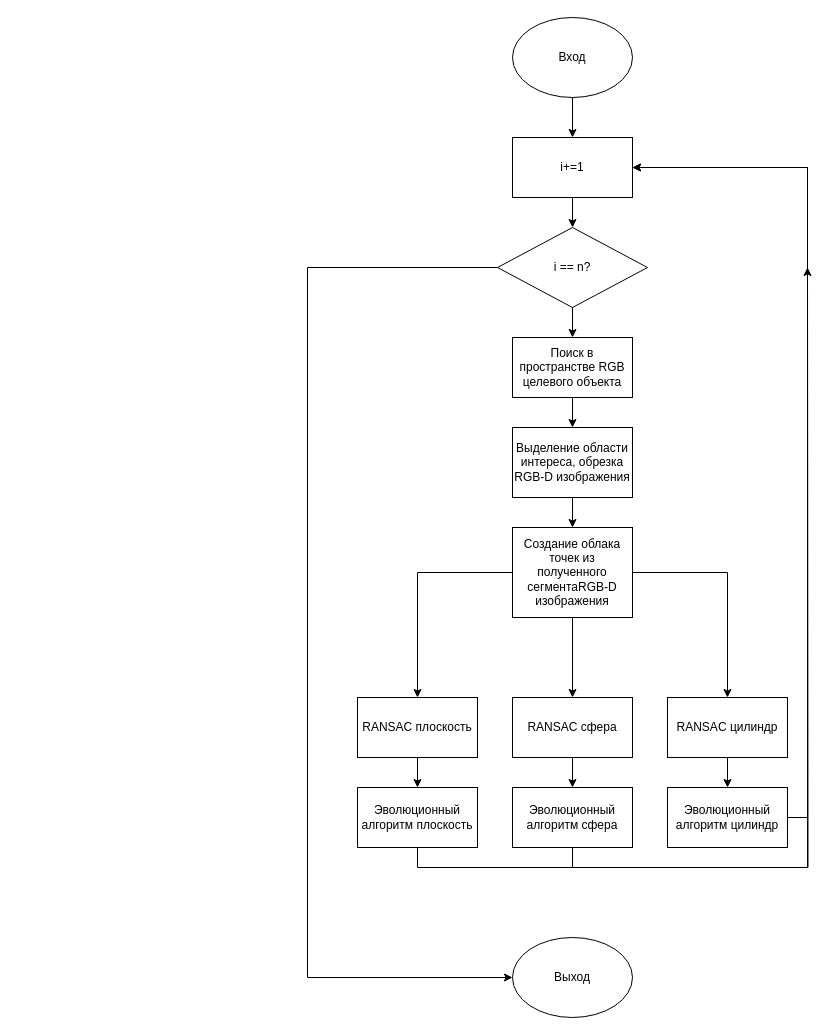
Earlier version of the draw.io diagram science/genetic_ransac (1).drawio (OPyshkin/genetic_algorithm_practice). Source tidied: cells renumbered, new cells numbered last; positions are measured from the earlier drawing's top-left corner, leaving out a move shared by most shapes. Both pictures are drawn from the tidied source at 100%, with x=0, y=0 at pixel (307, 17).
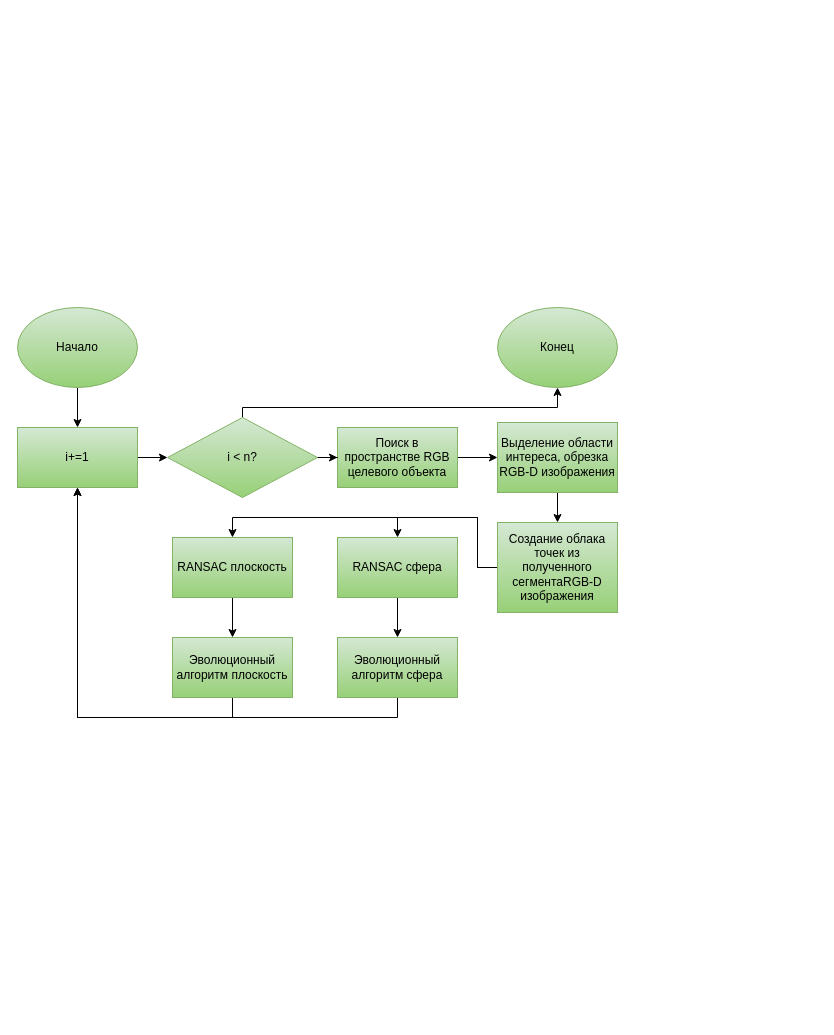
The same page after the edit.

What changed in the source:
```diff
@@
-    <mxCell id="2" style="edgeStyle=orthogonalEdgeStyle;rounded=0;jettySize=auto;html=1;exitX=0.5;exitY=1;exitDx=0;exitDy=0;entryX=0.5;entryY=0;entryDx=0;entryDy=0;" parent="1" edge="1" source="5" target="15">
+    <mxCell id="2" style="edgeStyle=orthogonalEdgeStyle;rounded=0;jettySize=auto;html=1;exitX=0;exitY=0.5;exitDx=0;exitDy=0;entryX=0.5;entryY=0;entryDx=0;entryDy=0;" parent="1" edge="1" source="5" target="15">
       <mxGeometry relative="1" as="geometry" />
     </mxCell>
     <mxCell id="3" style="edgeStyle=orthogonalEdgeStyle;rounded=0;jettySize=auto;html=1;exitX=0;exitY=0.5;exitDx=0;exitDy=0;entryX=0.5;entryY=0;entryDx=0;entryDy=0;" parent="1" edge="1" source="5" target="13">
-      <mxGeometry relative="1" as="geometry" />
+      <mxGeometry relative="1" as="geometry">
+        <Array as="points">
+          <mxPoint x="170" y="550" />
+          <mxPoint x="170" y="500" />
+          <mxPoint x="-75" y="500" />
+        </Array>
+      </mxGeometry>
     </mxCell>
-    <mxCell id="4" style="edgeStyle=orthogonalEdgeStyle;rounded=0;jettySize=auto;html=1;exitX=1;exitY=0.5;exitDx=0;exitDy=0;entryX=0.5;entryY=0;entryDx=0;entryDy=0;" parent="1" edge="1" source="5" target="17">
-      <mxGeometry relative="1" as="geometry" />
-    </mxCell>
-    <mxCell id="5" value="Создание облака точек из полученного сегментаRGB-D изображения" style="rounded=0;whiteSpace=wrap;html=1;" parent="1" vertex="1">
-      <mxGeometry x="205" y="510" width="120" height="90" as="geometry" />
+    <mxCell id="5" value="Создание облака точек из полученного сегментаRGB-D изображения" style="rounded=0;whiteSpace=wrap;html=1;gradientColor=#97d077;fillColor=#d5e8d4;strokeColor=#82b366;" parent="1" vertex="1">
+      <mxGeometry x="190" y="505" width="120" height="90" as="geometry" />
     </mxCell>
@@
-    <mxCell id="7" value="Вход" style="ellipse;whiteSpace=wrap;html=1;" parent="1" vertex="1">
-      <mxGeometry x="205" width="120" height="80" as="geometry" />
+    <mxCell id="7" value="Начало" style="ellipse;whiteSpace=wrap;html=1;gradientColor=#97d077;fillColor=#d5e8d4;strokeColor=#82b366;" parent="1" vertex="1">
+      <mxGeometry x="-290" y="290" width="120" height="80" as="geometry" />
     </mxCell>
-    <mxCell id="8" style="edgeStyle=orthogonalEdgeStyle;rounded=0;jettySize=auto;html=1;exitX=0.5;exitY=1;exitDx=0;exitDy=0;entryX=0.5;entryY=0;entryDx=0;entryDy=0;" parent="1" edge="1" source="9" target="11">
+    <mxCell id="8" style="edgeStyle=orthogonalEdgeStyle;rounded=0;jettySize=auto;html=1;exitX=1;exitY=0.5;exitDx=0;exitDy=0;entryX=0;entryY=0.5;entryDx=0;entryDy=0;" parent="1" edge="1" source="9" target="11">
       <mxGeometry relative="1" as="geometry" />
     </mxCell>
-    <mxCell id="9" value="Поиск в пространстве RGB целевого объекта" style="rounded=0;whiteSpace=wrap;html=1;" parent="1" vertex="1">
-      <mxGeometry x="205" y="320" width="120" height="60" as="geometry" />
+    <mxCell id="9" value="Поиск в пространстве RGB целевого объекта" style="rounded=0;whiteSpace=wrap;html=1;gradientColor=#97d077;fillColor=#d5e8d4;strokeColor=#82b366;" parent="1" vertex="1">
+      <mxGeometry x="30" y="410" width="120" height="60" as="geometry" />
     </mxCell>
@@
-    <mxCell id="11" value="Выделение области интереса, обрезка RGB-D изображения" style="rounded=0;whiteSpace=wrap;html=1;" parent="1" vertex="1">
-      <mxGeometry x="205" y="410" width="120" height="70" as="geometry" />
+    <mxCell id="11" value="Выделение области интереса, обрезка RGB-D изображения" style="rounded=0;whiteSpace=wrap;html=1;gradientColor=#97d077;fillColor=#d5e8d4;strokeColor=#82b366;" parent="1" vertex="1">
+      <mxGeometry x="190" y="405" width="120" height="70" as="geometry" />
     </mxCell>
@@
-    <mxCell id="13" value="RANSAC плоскость" style="rounded=0;whiteSpace=wrap;html=1;" parent="1" vertex="1">
-      <mxGeometry x="50" y="680" width="120" height="60" as="geometry" />
+    <mxCell id="13" value="RANSAC плоскость" style="rounded=0;whiteSpace=wrap;html=1;gradientColor=#97d077;fillColor=#d5e8d4;strokeColor=#82b366;" parent="1" vertex="1">
+      <mxGeometry x="-135" y="520" width="120" height="60" as="geometry" />
     </mxCell>
@@
-    <mxCell id="15" value="RANSAC сфера" style="rounded=0;whiteSpace=wrap;html=1;" parent="1" vertex="1">
-      <mxGeometry x="205" y="680" width="120" height="60" as="geometry" />
+    <mxCell id="15" value="RANSAC сфера" style="rounded=0;whiteSpace=wrap;html=1;gradientColor=#97d077;fillColor=#d5e8d4;strokeColor=#82b366;" parent="1" vertex="1">
+      <mxGeometry x="30" y="520" width="120" height="60" as="geometry" />
     </mxCell>
-    <mxCell id="16" style="edgeStyle=orthogonalEdgeStyle;rounded=0;jettySize=auto;html=1;exitX=0.5;exitY=1;exitDx=0;exitDy=0;entryX=0.5;entryY=0;entryDx=0;entryDy=0;" parent="1" edge="1" source="17" target="23">
-      <mxGeometry relative="1" as="geometry" />
-    </mxCell>
-    <mxCell id="17" value="RANSAC цилиндр" style="rounded=0;whiteSpace=wrap;html=1;" parent="1" vertex="1">
-      <mxGeometry x="360" y="680" width="120" height="60" as="geometry" />
-    </mxCell>
-    <mxCell id="18" style="edgeStyle=orthogonalEdgeStyle;rounded=0;jettySize=auto;html=1;exitX=0.5;exitY=1;exitDx=0;exitDy=0;" parent="1" edge="1" source="19">
-      <mxGeometry relative="1" as="geometry">
-        <mxPoint x="500" y="250" as="targetPoint" />
-      </mxGeometry>
-    </mxCell>
+    <mxCell id="30" style="edgeStyle=orthogonalEdgeStyle;rounded=0;jettySize=auto;html=1;exitX=0.5;exitY=1;exitDx=0;exitDy=0;entryX=0.5;entryY=1;entryDx=0;entryDy=0;" parent="1" edge="1" source="19" target="25">
+      <mxGeometry relative="1" as="geometry" />
+    </mxCell>
-    <mxCell id="19" value="Эволюционный алгоритм плоскость" style="rounded=0;whiteSpace=wrap;html=1;" parent="1" vertex="1">
-      <mxGeometry x="50" y="770" width="120" height="60" as="geometry" />
+    <mxCell id="19" value="Эволюционный алгоритм плоскость" style="rounded=0;whiteSpace=wrap;html=1;gradientColor=#97d077;fillColor=#d5e8d4;strokeColor=#82b366;" parent="1" vertex="1">
+      <mxGeometry x="-135" y="620" width="120" height="60" as="geometry" />
     </mxCell>
-    <mxCell id="20" style="edgeStyle=orthogonalEdgeStyle;rounded=0;jettySize=auto;html=1;exitX=0.5;exitY=1;exitDx=0;exitDy=0;entryX=1;entryY=0.5;entryDx=0;entryDy=0;" parent="1" edge="1" source="21" target="25">
-      <mxGeometry relative="1" as="geometry">
-        <Array as="points">
-          <mxPoint x="265" y="850" />
-          <mxPoint x="500" y="850" />
-          <mxPoint x="500" y="150" />
-        </Array>
-      </mxGeometry>
+    <mxCell id="20" style="edgeStyle=orthogonalEdgeStyle;rounded=0;jettySize=auto;html=1;exitX=0.5;exitY=1;exitDx=0;exitDy=0;entryX=0.5;entryY=1;entryDx=0;entryDy=0;" parent="1" edge="1" source="21" target="25">
+      <mxGeometry relative="1" as="geometry" />
     </mxCell>
-    <mxCell id="21" value="Эволюционный алгоритм сфера" style="rounded=0;whiteSpace=wrap;html=1;" parent="1" vertex="1">
-      <mxGeometry x="205" y="770" width="120" height="60" as="geometry" />
+    <mxCell id="21" value="Эволюционный алгоритм сфера" style="rounded=0;whiteSpace=wrap;html=1;gradientColor=#97d077;fillColor=#d5e8d4;strokeColor=#82b366;" parent="1" vertex="1">
+      <mxGeometry x="30" y="620" width="120" height="60" as="geometry" />
     </mxCell>
-    <mxCell id="22" style="edgeStyle=orthogonalEdgeStyle;rounded=0;jettySize=auto;html=1;exitX=1;exitY=0.5;exitDx=0;exitDy=0;entryX=1;entryY=0.5;entryDx=0;entryDy=0;" parent="1" edge="1" source="23" target="25">
-      <mxGeometry relative="1" as="geometry" />
-    </mxCell>
-    <mxCell id="23" value="Эволюционный алгоритм цилиндр" style="rounded=0;whiteSpace=wrap;html=1;" parent="1" vertex="1">
-      <mxGeometry x="360" y="770" width="120" height="60" as="geometry" />
-    </mxCell>
-    <mxCell id="24" style="edgeStyle=orthogonalEdgeStyle;rounded=0;jettySize=auto;html=1;exitX=0.5;exitY=1;exitDx=0;exitDy=0;entryX=0.5;entryY=0;entryDx=0;entryDy=0;" parent="1" edge="1" source="25" target="28">
+    <mxCell id="24" style="edgeStyle=orthogonalEdgeStyle;rounded=0;jettySize=auto;html=1;exitX=1;exitY=0.5;exitDx=0;exitDy=0;entryX=0;entryY=0.5;entryDx=0;entryDy=0;" parent="1" edge="1" source="25" target="28">
       <mxGeometry relative="1" as="geometry" />
     </mxCell>
-    <mxCell id="25" value="i+=1" style="rounded=0;whiteSpace=wrap;html=1;fillColor=#ffffff;" parent="1" vertex="1">
-      <mxGeometry x="205" y="120" width="120" height="60" as="geometry" />
+    <mxCell id="25" value="i+=1" style="rounded=0;whiteSpace=wrap;html=1;fillColor=#d5e8d4;gradientColor=#97d077;strokeColor=#82b366;" parent="1" vertex="1">
+      <mxGeometry x="-290" y="410" width="120" height="60" as="geometry" />
     </mxCell>
-    <mxCell id="26" style="edgeStyle=orthogonalEdgeStyle;rounded=0;jettySize=auto;html=1;exitX=0.5;exitY=1;exitDx=0;exitDy=0;entryX=0.5;entryY=0;entryDx=0;entryDy=0;" parent="1" edge="1" source="28" target="9">
+    <mxCell id="26" style="edgeStyle=orthogonalEdgeStyle;rounded=0;jettySize=auto;html=1;exitX=1;exitY=0.5;exitDx=0;exitDy=0;" parent="1" edge="1" source="28" target="9">
       <mxGeometry relative="1" as="geometry" />
     </mxCell>
-    <mxCell id="27" style="edgeStyle=orthogonalEdgeStyle;rounded=0;jettySize=auto;html=1;exitX=0;exitY=0.5;exitDx=0;exitDy=0;entryX=0;entryY=0.5;entryDx=0;entryDy=0;" parent="1" edge="1" source="28" target="29">
+    <mxCell id="27" style="edgeStyle=orthogonalEdgeStyle;rounded=0;jettySize=auto;html=1;exitX=0.5;exitY=0;exitDx=0;exitDy=0;entryX=0.5;entryY=1;entryDx=0;entryDy=0;" parent="1" edge="1" source="28" target="29">
       <mxGeometry relative="1" as="geometry">
         <Array as="points">
-          <mxPoint y="250" />
-          <mxPoint y="960" />
+          <mxPoint x="-65" y="390" />
+          <mxPoint x="250" y="390" />
         </Array>
       </mxGeometry>
     </mxCell>
-    <mxCell id="28" value="i == n?" style="rhombus;whiteSpace=wrap;html=1;fillColor=#ffffff;" parent="1" vertex="1">
-      <mxGeometry x="190" y="210" width="150" height="80" as="geometry" />
+    <mxCell id="28" value="i &amp;lt;&amp;nbsp;n?" style="rhombus;whiteSpace=wrap;html=1;fillColor=#d5e8d4;gradientColor=#97d077;strokeColor=#82b366;" parent="1" vertex="1">
+      <mxGeometry x="-140" y="400" width="150" height="80" as="geometry" />
     </mxCell>
-    <mxCell id="29" value="Выход" style="ellipse;whiteSpace=wrap;html=1;" parent="1" vertex="1">
-      <mxGeometry x="205" y="920" width="120" height="80" as="geometry" />
+    <mxCell id="29" value="Конец" style="ellipse;whiteSpace=wrap;html=1;gradientColor=#97d077;fillColor=#d5e8d4;strokeColor=#82b366;" parent="1" vertex="1">
+      <mxGeometry x="190" y="290" width="120" height="80" as="geometry" />
     </mxCell>
```
